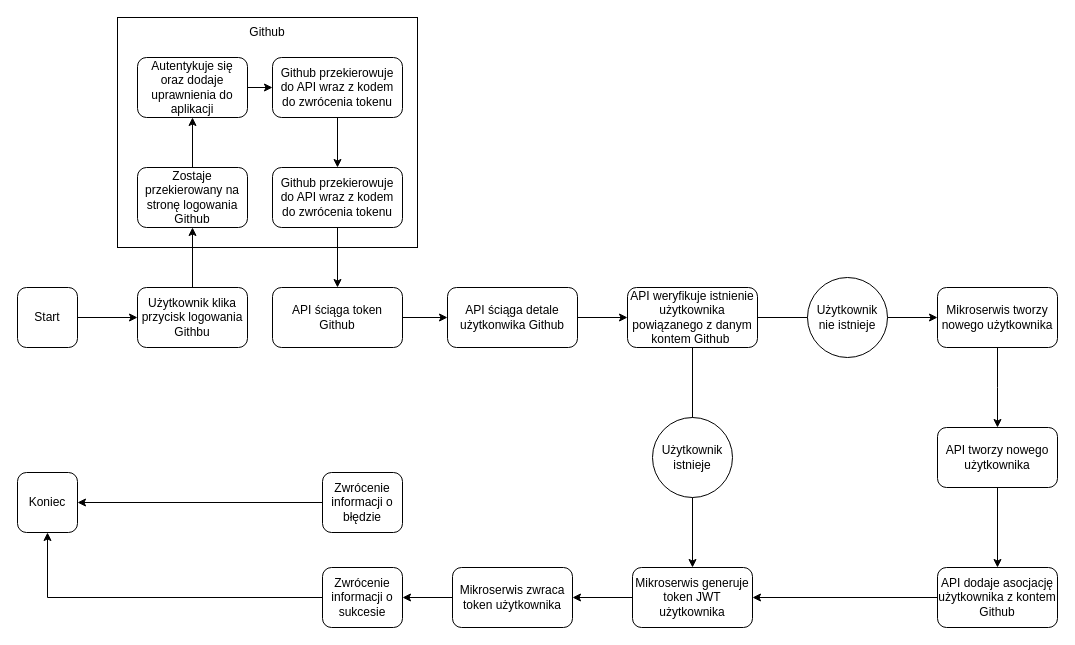
Before: docs/Login_github_use_case.drawio in TMarekAgh/remember, a draw.io diagram. Source tidied: cells renumbered, new cells numbered last; positions are measured from the earlier drawing's top-left corner, leaving out a move shared by most shapes. Both pictures are drawn from the tidied source at 100%, with x=0, y=0 at pixel (17, 17).
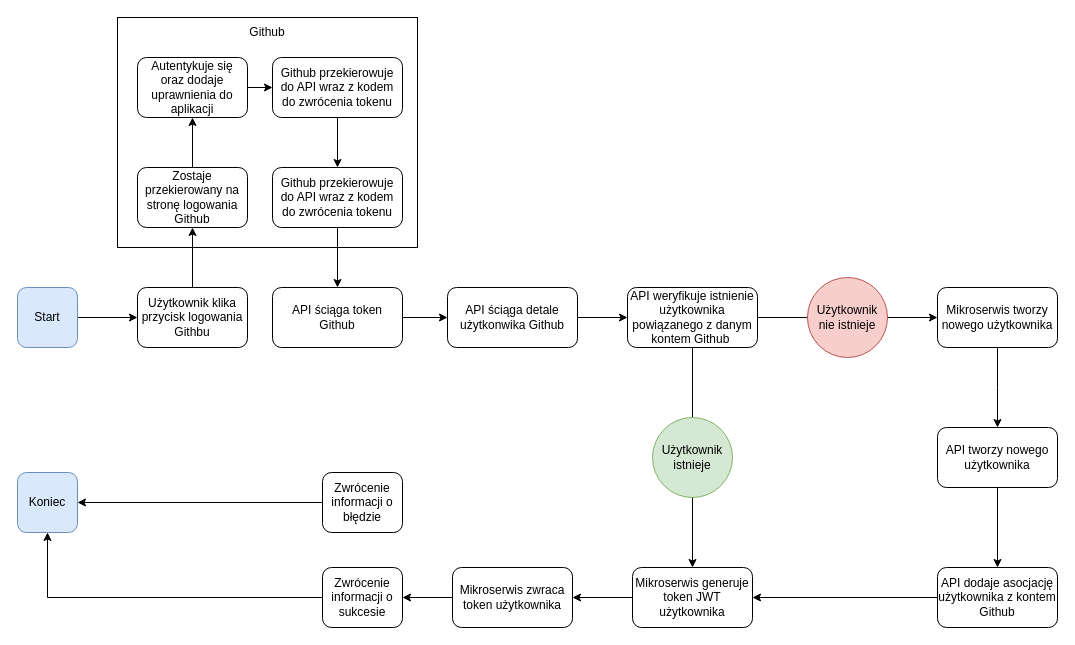
Above is the later version.

Diff of the diagram source:
```diff
@@
-    <mxCell id="4" value="Start" style="rounded=1;whiteSpace=wrap;html=1;" parent="1" vertex="1">
+    <mxCell id="4" value="Start" style="rounded=1;whiteSpace=wrap;html=1;fillColor=#dae8fc;strokeColor=#6c8ebf;" parent="1" vertex="1">
       <mxGeometry y="270" width="60" height="60" as="geometry" />
     </mxCell>
@@
-    <mxCell id="9" value="Koniec" style="rounded=1;whiteSpace=wrap;html=1;" parent="1" vertex="1">
+    <mxCell id="9" value="Koniec" style="rounded=1;whiteSpace=wrap;html=1;fillColor=#dae8fc;strokeColor=#6c8ebf;" parent="1" vertex="1">
       <mxGeometry y="455" width="60" height="60" as="geometry" />
     </mxCell>
@@
-    <mxCell id="31" value="Użytkownik istnieje" style="ellipse;whiteSpace=wrap;html=1;" parent="1" vertex="1">
+    <mxCell id="31" value="Użytkownik istnieje" style="ellipse;whiteSpace=wrap;html=1;fillColor=#d5e8d4;strokeColor=#82b366;" parent="1" vertex="1">
       <mxGeometry x="635" y="400" width="80" height="80" as="geometry" />
     </mxCell>
-    <mxCell id="32" value="Użytkownik nie istnieje" style="ellipse;whiteSpace=wrap;html=1;" parent="1" vertex="1">
+    <mxCell id="32" value="Użytkownik nie istnieje" style="ellipse;whiteSpace=wrap;html=1;fillColor=#f8cecc;strokeColor=#b85450;" parent="1" vertex="1">
       <mxGeometry x="790" y="260" width="80" height="80" as="geometry" />
     </mxCell>
```
